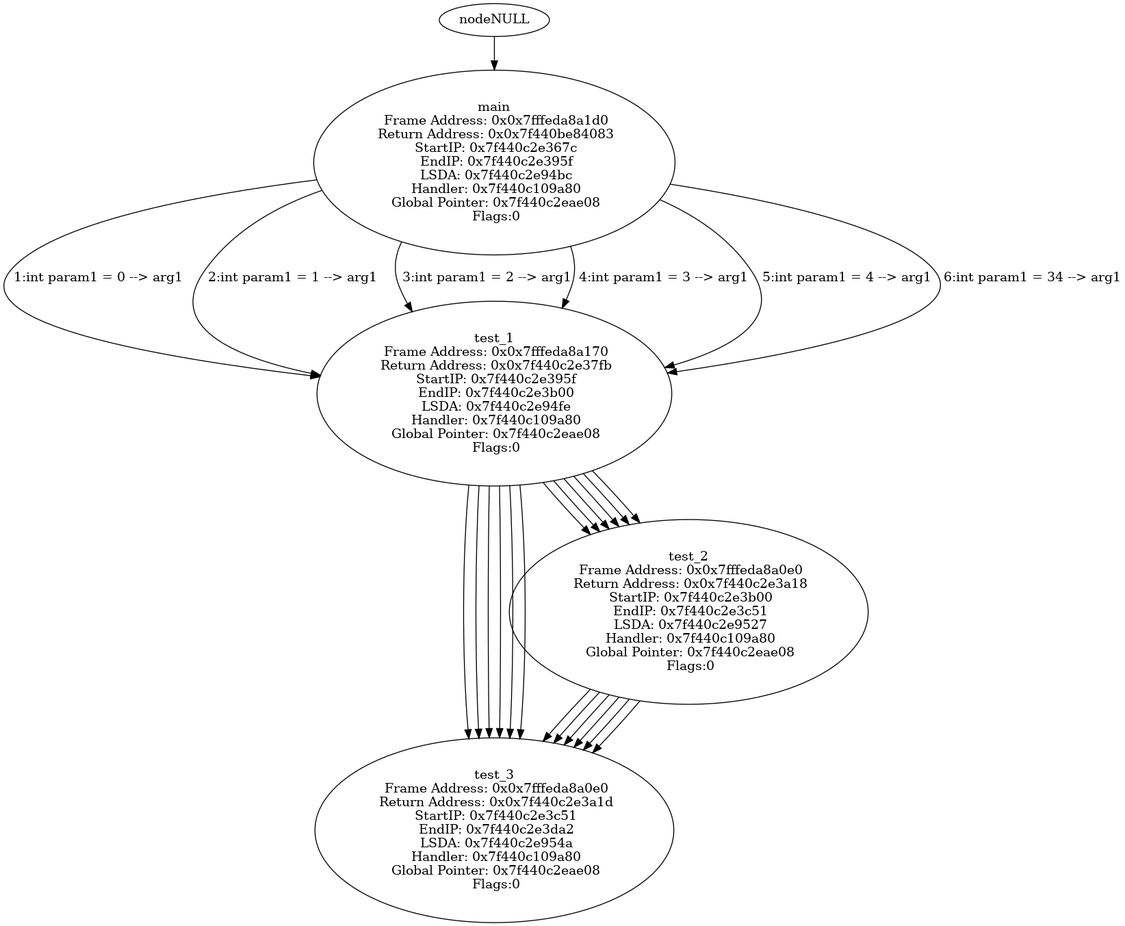
This is tree.png from SameerDalal/backtrace, a Graphviz export, as it was before one commit. Its source is kept beside it as tree.dot.
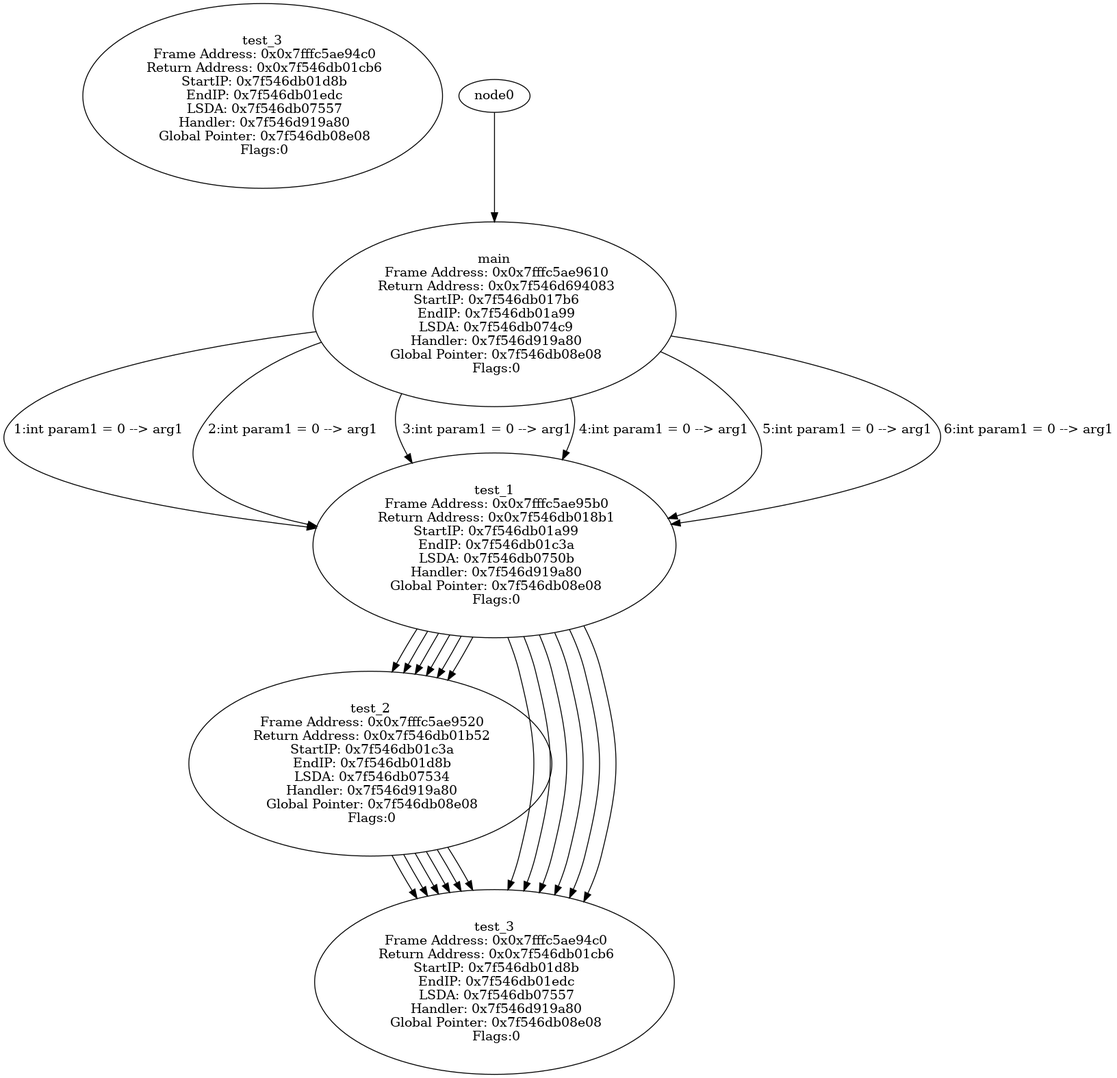
After the commit.

The edit, as a diff of the source:
```diff
@@ -1,52 +1,52 @@
 digraph ContextTree {
-nodetest_3 [label="test_3\n Frame Address: 0x0x7fffeda8a080\n Return Address: 0x0x7f440c2e3b7c\n StartIP: 0x7f440c2e3c51\n EndIP: 0x7f440c2e3da2\n LSDA: 0x7f440c2e954a\n Handler: 0x7f440c109a80\n Global Pointer: 0x7f440c2eae08\n Flags:0"];
-nodetest_2 -> nodetest_3
-nodetest_2 [label="test_2\n Frame Address: 0x0x7fffeda8a0e0\n Return Address: 0x0x7f440c2e3a18\n StartIP: 0x7f440c2e3b00\n EndIP: 0x7f440c2e3c51\n LSDA: 0x7f440c2e9527\n Handler: 0x7f440c109a80\n Global Pointer: 0x7f440c2eae08\n Flags:0"];
-nodetest_1 -> nodetest_2
-nodetest_3 [label="test_3\n Frame Address: 0x0x7fffeda8a0e0\n Return Address: 0x0x7f440c2e3a1d\n StartIP: 0x7f440c2e3c51\n EndIP: 0x7f440c2e3da2\n LSDA: 0x7f440c2e954a\n Handler: 0x7f440c109a80\n Global Pointer: 0x7f440c2eae08\n Flags:0"];
-nodetest_1 -> nodetest_3
-nodetest_1 [label="test_1\n Frame Address: 0x0x7fffeda8a170\n Return Address: 0x0x7f440c2e3777\n StartIP: 0x7f440c2e395f\n EndIP: 0x7f440c2e3b00\n LSDA: 0x7f440c2e94fe\n Handler: 0x7f440c109a80\n Global Pointer: 0x7f440c2eae08\n Flags:0"];
-nodemain -> nodetest_1 [label=" 1:int param1 = 0 --> arg1"];
-nodetest_3 [label="test_3\n Frame Address: 0x0x7fffeda8a080\n Return Address: 0x0x7f440c2e3b7c\n StartIP: 0x7f440c2e3c51\n EndIP: 0x7f440c2e3da2\n LSDA: 0x7f440c2e954a\n Handler: 0x7f440c109a80\n Global Pointer: 0x7f440c2eae08\n Flags:0"];
-nodetest_2 -> nodetest_3
-nodetest_2 [label="test_2\n Frame Address: 0x0x7fffeda8a0e0\n Return Address: 0x0x7f440c2e3a18\n StartIP: 0x7f440c2e3b00\n EndIP: 0x7f440c2e3c51\n LSDA: 0x7f440c2e9527\n Handler: 0x7f440c109a80\n Global Pointer: 0x7f440c2eae08\n Flags:0"];
-nodetest_1 -> nodetest_2
-nodetest_3 [label="test_3\n Frame Address: 0x0x7fffeda8a0e0\n Return Address: 0x0x7f440c2e3a1d\n StartIP: 0x7f440c2e3c51\n EndIP: 0x7f440c2e3da2\n LSDA: 0x7f440c2e954a\n Handler: 0x7f440c109a80\n Global Pointer: 0x7f440c2eae08\n Flags:0"];
-nodetest_1 -> nodetest_3
-nodetest_1 [label="test_1\n Frame Address: 0x0x7fffeda8a170\n Return Address: 0x0x7f440c2e3777\n StartIP: 0x7f440c2e395f\n EndIP: 0x7f440c2e3b00\n LSDA: 0x7f440c2e94fe\n Handler: 0x7f440c109a80\n Global Pointer: 0x7f440c2eae08\n Flags:0"];
-nodemain -> nodetest_1 [label=" 2:int param1 = 1 --> arg1"];
-nodetest_3 [label="test_3\n Frame Address: 0x0x7fffeda8a080\n Return Address: 0x0x7f440c2e3b7c\n StartIP: 0x7f440c2e3c51\n EndIP: 0x7f440c2e3da2\n LSDA: 0x7f440c2e954a\n Handler: 0x7f440c109a80\n Global Pointer: 0x7f440c2eae08\n Flags:0"];
-nodetest_2 -> nodetest_3
-nodetest_2 [label="test_2\n Frame Address: 0x0x7fffeda8a0e0\n Return Address: 0x0x7f440c2e3a18\n StartIP: 0x7f440c2e3b00\n EndIP: 0x7f440c2e3c51\n LSDA: 0x7f440c2e9527\n Handler: 0x7f440c109a80\n Global Pointer: 0x7f440c2eae08\n Flags:0"];
-nodetest_1 -> nodetest_2
-nodetest_3 [label="test_3\n Frame Address: 0x0x7fffeda8a0e0\n Return Address: 0x0x7f440c2e3a1d\n StartIP: 0x7f440c2e3c51\n EndIP: 0x7f440c2e3da2\n LSDA: 0x7f440c2e954a\n Handler: 0x7f440c109a80\n Global Pointer: 0x7f440c2eae08\n Flags:0"];
-nodetest_1 -> nodetest_3
-nodetest_1 [label="test_1\n Frame Address: 0x0x7fffeda8a170\n Return Address: 0x0x7f440c2e3777\n StartIP: 0x7f440c2e395f\n EndIP: 0x7f440c2e3b00\n LSDA: 0x7f440c2e94fe\n Handler: 0x7f440c109a80\n Global Pointer: 0x7f440c2eae08\n Flags:0"];
-nodemain -> nodetest_1 [label=" 3:int param1 = 2 --> arg1"];
-nodetest_3 [label="test_3\n Frame Address: 0x0x7fffeda8a080\n Return Address: 0x0x7f440c2e3b7c\n StartIP: 0x7f440c2e3c51\n EndIP: 0x7f440c2e3da2\n LSDA: 0x7f440c2e954a\n Handler: 0x7f440c109a80\n Global Pointer: 0x7f440c2eae08\n Flags:0"];
-nodetest_2 -> nodetest_3
-nodetest_2 [label="test_2\n Frame Address: 0x0x7fffeda8a0e0\n Return Address: 0x0x7f440c2e3a18\n StartIP: 0x7f440c2e3b00\n EndIP: 0x7f440c2e3c51\n LSDA: 0x7f440c2e9527\n Handler: 0x7f440c109a80\n Global Pointer: 0x7f440c2eae08\n Flags:0"];
-nodetest_1 -> nodetest_2
-nodetest_3 [label="test_3\n Frame Address: 0x0x7fffeda8a0e0\n Return Address: 0x0x7f440c2e3a1d\n StartIP: 0x7f440c2e3c51\n EndIP: 0x7f440c2e3da2\n LSDA: 0x7f440c2e954a\n Handler: 0x7f440c109a80\n Global Pointer: 0x7f440c2eae08\n Flags:0"];
-nodetest_1 -> nodetest_3
-nodetest_1 [label="test_1\n Frame Address: 0x0x7fffeda8a170\n Return Address: 0x0x7f440c2e3777\n StartIP: 0x7f440c2e395f\n EndIP: 0x7f440c2e3b00\n LSDA: 0x7f440c2e94fe\n Handler: 0x7f440c109a80\n Global Pointer: 0x7f440c2eae08\n Flags:0"];
-nodemain -> nodetest_1 [label=" 4:int param1 = 3 --> arg1"];
-nodetest_3 [label="test_3\n Frame Address: 0x0x7fffeda8a080\n Return Address: 0x0x7f440c2e3b7c\n StartIP: 0x7f440c2e3c51\n EndIP: 0x7f440c2e3da2\n LSDA: 0x7f440c2e954a\n Handler: 0x7f440c109a80\n Global Pointer: 0x7f440c2eae08\n Flags:0"];
-nodetest_2 -> nodetest_3
-nodetest_2 [label="test_2\n Frame Address: 0x0x7fffeda8a0e0\n Return Address: 0x0x7f440c2e3a18\n StartIP: 0x7f440c2e3b00\n EndIP: 0x7f440c2e3c51\n LSDA: 0x7f440c2e9527\n Handler: 0x7f440c109a80\n Global Pointer: 0x7f440c2eae08\n Flags:0"];
-nodetest_1 -> nodetest_2
-nodetest_3 [label="test_3\n Frame Address: 0x0x7fffeda8a0e0\n Return Address: 0x0x7f440c2e3a1d\n StartIP: 0x7f440c2e3c51\n EndIP: 0x7f440c2e3da2\n LSDA: 0x7f440c2e954a\n Handler: 0x7f440c109a80\n Global Pointer: 0x7f440c2eae08\n Flags:0"];
-nodetest_1 -> nodetest_3
-nodetest_1 [label="test_1\n Frame Address: 0x0x7fffeda8a170\n Return Address: 0x0x7f440c2e3777\n StartIP: 0x7f440c2e395f\n EndIP: 0x7f440c2e3b00\n LSDA: 0x7f440c2e94fe\n Handler: 0x7f440c109a80\n Global Pointer: 0x7f440c2eae08\n Flags:0"];
-nodemain -> nodetest_1 [label=" 5:int param1 = 4 --> arg1"];
-nodetest_3 [label="test_3\n Frame Address: 0x0x7fffeda8a080\n Return Address: 0x0x7f440c2e3b7c\n StartIP: 0x7f440c2e3c51\n EndIP: 0x7f440c2e3da2\n LSDA: 0x7f440c2e954a\n Handler: 0x7f440c109a80\n Global Pointer: 0x7f440c2eae08\n Flags:0"];
-nodetest_2 -> nodetest_3
-nodetest_2 [label="test_2\n Frame Address: 0x0x7fffeda8a0e0\n Return Address: 0x0x7f440c2e3a18\n StartIP: 0x7f440c2e3b00\n EndIP: 0x7f440c2e3c51\n LSDA: 0x7f440c2e9527\n Handler: 0x7f440c109a80\n Global Pointer: 0x7f440c2eae08\n Flags:0"];
-nodetest_1 -> nodetest_2
-nodetest_3 [label="test_3\n Frame Address: 0x0x7fffeda8a0e0\n Return Address: 0x0x7f440c2e3a1d\n StartIP: 0x7f440c2e3c51\n EndIP: 0x7f440c2e3da2\n LSDA: 0x7f440c2e954a\n Handler: 0x7f440c109a80\n Global Pointer: 0x7f440c2eae08\n Flags:0"];
-nodetest_1 -> nodetest_3
-nodetest_1 [label="test_1\n Frame Address: 0x0x7fffeda8a170\n Return Address: 0x0x7f440c2e37fb\n StartIP: 0x7f440c2e395f\n EndIP: 0x7f440c2e3b00\n LSDA: 0x7f440c2e94fe\n Handler: 0x7f440c109a80\n Global Pointer: 0x7f440c2eae08\n Flags:0"];
-nodemain -> nodetest_1 [label=" 6:int param1 = 34 --> arg1"];
-nodemain [label="main\n Frame Address: 0x0x7fffeda8a1d0\n Return Address: 0x0x7f440be84083\n StartIP: 0x7f440c2e367c\n EndIP: 0x7f440c2e395f\n LSDA: 0x7f440c2e94bc\n Handler: 0x7f440c109a80\n Global Pointer: 0x7f440c2eae08\n Flags:0"];
-nodeNULL -> nodemain
+node139809273187879 [label="test_3\n Frame Address: 0x0x7ffff8c0b200\n Return Address: 0x0x7f27e2108d52\n StartIP: 0x7f27e2108e27\n EndIP: 0x7f27e2108f78\n LSDA: 0x7f27e210e55c\n Handler: 0x7f27e1f29a80\n Global Pointer: 0x7f27e210fe08\n Flags:0"];
+node7f27e2108cd6 -> node7f27e2108e27
+node7f27e2108cd6 [label="test_2\n Frame Address: 0x0x7ffff8c0b260\n Return Address: 0x0x7f27e2108bdc\n StartIP: 0x7f27e2108cd6\n EndIP: 0x7f27e2108e27\n LSDA: 0x7f27e210e539\n Handler: 0x7f27e1f29a80\n Global Pointer: 0x7f27e210fe08\n Flags:0"];
+node7f27e2108ad0 -> node7f27e2108cd6
+node7f27e2108e27 [label="test_3\n Frame Address: 0x0x7ffff8c0b200\n Return Address: 0x0x7f27e2108d52\n StartIP: 0x7f27e2108e27\n EndIP: 0x7f27e2108f78\n LSDA: 0x7f27e210e55c\n Handler: 0x7f27e1f29a80\n Global Pointer: 0x7f27e210fe08\n Flags:0"];
+node7f27e2108ad0 -> node7f27e2108e27
+node7f27e2108ad0 [label="test_1\n Frame Address: 0x0x7ffff8c0b340\n Return Address: 0x0x7f27e21088e8\n StartIP: 0x7f27e2108ad0\n EndIP: 0x7f27e2108cd6\n LSDA: 0x7f27e210e510\n Handler: 0x7f27e1f29a80\n Global Pointer: 0x7f27e210fe08\n Flags:0"];
+node7f27e21087b6 -> node7f27e2108ad0 [label=" 1:int param1 = 0 --> arg1"];
+node7f27e2108e27 [label="test_3\n Frame Address: 0x0x7ffff8c0b200\n Return Address: 0x0x7f27e2108d52\n StartIP: 0x7f27e2108e27\n EndIP: 0x7f27e2108f78\n LSDA: 0x7f27e210e55c\n Handler: 0x7f27e1f29a80\n Global Pointer: 0x7f27e210fe08\n Flags:0"];
+node7f27e2108cd6 -> node7f27e2108e27
+node7f27e2108cd6 [label="test_2\n Frame Address: 0x0x7ffff8c0b260\n Return Address: 0x0x7f27e2108bdc\n StartIP: 0x7f27e2108cd6\n EndIP: 0x7f27e2108e27\n LSDA: 0x7f27e210e539\n Handler: 0x7f27e1f29a80\n Global Pointer: 0x7f27e210fe08\n Flags:0"];
+node7f27e2108ad0 -> node7f27e2108cd6
+node7f27e2108e27 [label="test_3\n Frame Address: 0x0x7ffff8c0b200\n Return Address: 0x0x7f27e2108d52\n StartIP: 0x7f27e2108e27\n EndIP: 0x7f27e2108f78\n LSDA: 0x7f27e210e55c\n Handler: 0x7f27e1f29a80\n Global Pointer: 0x7f27e210fe08\n Flags:0"];
+node7f27e2108ad0 -> node7f27e2108e27
+node7f27e2108ad0 [label="test_1\n Frame Address: 0x0x7ffff8c0b340\n Return Address: 0x0x7f27e21088e8\n StartIP: 0x7f27e2108ad0\n EndIP: 0x7f27e2108cd6\n LSDA: 0x7f27e210e510\n Handler: 0x7f27e1f29a80\n Global Pointer: 0x7f27e210fe08\n Flags:0"];
+node7f27e21087b6 -> node7f27e2108ad0 [label=" 2:int param1 = 0 --> arg1"];
+node7f27e2108e27 [label="test_3\n Frame Address: 0x0x7ffff8c0b200\n Return Address: 0x0x7f27e2108d52\n StartIP: 0x7f27e2108e27\n EndIP: 0x7f27e2108f78\n LSDA: 0x7f27e210e55c\n Handler: 0x7f27e1f29a80\n Global Pointer: 0x7f27e210fe08\n Flags:0"];
+node7f27e2108cd6 -> node7f27e2108e27
+node7f27e2108cd6 [label="test_2\n Frame Address: 0x0x7ffff8c0b260\n Return Address: 0x0x7f27e2108bdc\n StartIP: 0x7f27e2108cd6\n EndIP: 0x7f27e2108e27\n LSDA: 0x7f27e210e539\n Handler: 0x7f27e1f29a80\n Global Pointer: 0x7f27e210fe08\n Flags:0"];
+node7f27e2108ad0 -> node7f27e2108cd6
+node7f27e2108e27 [label="test_3\n Frame Address: 0x0x7ffff8c0b200\n Return Address: 0x0x7f27e2108d52\n StartIP: 0x7f27e2108e27\n EndIP: 0x7f27e2108f78\n LSDA: 0x7f27e210e55c\n Handler: 0x7f27e1f29a80\n Global Pointer: 0x7f27e210fe08\n Flags:0"];
+node7f27e2108ad0 -> node7f27e2108e27
+node7f27e2108ad0 [label="test_1\n Frame Address: 0x0x7ffff8c0b340\n Return Address: 0x0x7f27e21088e8\n StartIP: 0x7f27e2108ad0\n EndIP: 0x7f27e2108cd6\n LSDA: 0x7f27e210e510\n Handler: 0x7f27e1f29a80\n Global Pointer: 0x7f27e210fe08\n Flags:0"];
+node7f27e21087b6 -> node7f27e2108ad0 [label=" 3:int param1 = 0 --> arg1"];
+node7f27e2108e27 [label="test_3\n Frame Address: 0x0x7ffff8c0b200\n Return Address: 0x0x7f27e2108d52\n StartIP: 0x7f27e2108e27\n EndIP: 0x7f27e2108f78\n LSDA: 0x7f27e210e55c\n Handler: 0x7f27e1f29a80\n Global Pointer: 0x7f27e210fe08\n Flags:0"];
+node7f27e2108cd6 -> node7f27e2108e27
+node7f27e2108cd6 [label="test_2\n Frame Address: 0x0x7ffff8c0b260\n Return Address: 0x0x7f27e2108bdc\n StartIP: 0x7f27e2108cd6\n EndIP: 0x7f27e2108e27\n LSDA: 0x7f27e210e539\n Handler: 0x7f27e1f29a80\n Global Pointer: 0x7f27e210fe08\n Flags:0"];
+node7f27e2108ad0 -> node7f27e2108cd6
+node7f27e2108e27 [label="test_3\n Frame Address: 0x0x7ffff8c0b200\n Return Address: 0x0x7f27e2108d52\n StartIP: 0x7f27e2108e27\n EndIP: 0x7f27e2108f78\n LSDA: 0x7f27e210e55c\n Handler: 0x7f27e1f29a80\n Global Pointer: 0x7f27e210fe08\n Flags:0"];
+node7f27e2108ad0 -> node7f27e2108e27
+node7f27e2108ad0 [label="test_1\n Frame Address: 0x0x7ffff8c0b340\n Return Address: 0x0x7f27e21088e8\n StartIP: 0x7f27e2108ad0\n EndIP: 0x7f27e2108cd6\n LSDA: 0x7f27e210e510\n Handler: 0x7f27e1f29a80\n Global Pointer: 0x7f27e210fe08\n Flags:0"];
+node7f27e21087b6 -> node7f27e2108ad0 [label=" 4:int param1 = 0 --> arg1"];
+node7f27e2108e27 [label="test_3\n Frame Address: 0x0x7ffff8c0b200\n Return Address: 0x0x7f27e2108d52\n StartIP: 0x7f27e2108e27\n EndIP: 0x7f27e2108f78\n LSDA: 0x7f27e210e55c\n Handler: 0x7f27e1f29a80\n Global Pointer: 0x7f27e210fe08\n Flags:0"];
+node7f27e2108cd6 -> node7f27e2108e27
+node7f27e2108cd6 [label="test_2\n Frame Address: 0x0x7ffff8c0b260\n Return Address: 0x0x7f27e2108bdc\n StartIP: 0x7f27e2108cd6\n EndIP: 0x7f27e2108e27\n LSDA: 0x7f27e210e539\n Handler: 0x7f27e1f29a80\n Global Pointer: 0x7f27e210fe08\n Flags:0"];
+node7f27e2108ad0 -> node7f27e2108cd6
+node7f27e2108e27 [label="test_3\n Frame Address: 0x0x7ffff8c0b200\n Return Address: 0x0x7f27e2108d52\n StartIP: 0x7f27e2108e27\n EndIP: 0x7f27e2108f78\n LSDA: 0x7f27e210e55c\n Handler: 0x7f27e1f29a80\n Global Pointer: 0x7f27e210fe08\n Flags:0"];
+node7f27e2108ad0 -> node7f27e2108e27
+node7f27e2108ad0 [label="test_1\n Frame Address: 0x0x7ffff8c0b340\n Return Address: 0x0x7f27e21088e8\n StartIP: 0x7f27e2108ad0\n EndIP: 0x7f27e2108cd6\n LSDA: 0x7f27e210e510\n Handler: 0x7f27e1f29a80\n Global Pointer: 0x7f27e210fe08\n Flags:0"];
+node7f27e21087b6 -> node7f27e2108ad0 [label=" 5:int param1 = 0 --> arg1"];
+node7f27e2108e27 [label="test_3\n Frame Address: 0x0x7ffff8c0b200\n Return Address: 0x0x7f27e2108d52\n StartIP: 0x7f27e2108e27\n EndIP: 0x7f27e2108f78\n LSDA: 0x7f27e210e55c\n Handler: 0x7f27e1f29a80\n Global Pointer: 0x7f27e210fe08\n Flags:0"];
+node7f27e2108cd6 -> node7f27e2108e27
+node7f27e2108cd6 [label="test_2\n Frame Address: 0x0x7ffff8c0b260\n Return Address: 0x0x7f27e2108bdc\n StartIP: 0x7f27e2108cd6\n EndIP: 0x7f27e2108e27\n LSDA: 0x7f27e210e539\n Handler: 0x7f27e1f29a80\n Global Pointer: 0x7f27e210fe08\n Flags:0"];
+node7f27e2108ad0 -> node7f27e2108cd6
+node7f27e2108e27 [label="test_3\n Frame Address: 0x0x7ffff8c0b200\n Return Address: 0x0x7f27e2108d52\n StartIP: 0x7f27e2108e27\n EndIP: 0x7f27e2108f78\n LSDA: 0x7f27e210e55c\n Handler: 0x7f27e1f29a80\n Global Pointer: 0x7f27e210fe08\n Flags:0"];
+node7f27e2108ad0 -> node7f27e2108e27
+node7f27e2108ad0 [label="test_1\n Frame Address: 0x0x7ffff8c0b340\n Return Address: 0x0x7f27e21088e8\n StartIP: 0x7f27e2108ad0\n EndIP: 0x7f27e2108cd6\n LSDA: 0x7f27e210e510\n Handler: 0x7f27e1f29a80\n Global Pointer: 0x7f27e210fe08\n Flags:0"];
+node7f27e21087b6 -> node7f27e2108ad0 [label=" 6:int param1 = 0 --> arg1"];
+node7f27e21087b6 [label="main\n Frame Address: 0x0x7ffff8c0b3b0\n Return Address: 0x0x7f27e1ca4083\n StartIP: 0x7f27e21087b6\n EndIP: 0x7f27e2108ad0\n LSDA: 0x7f27e210e4c9\n Handler: 0x7f27e1f29a80\n Global Pointer: 0x7f27e210fe08\n Flags:0"];
+node0 -> node7f27e21087b6
 }
```
